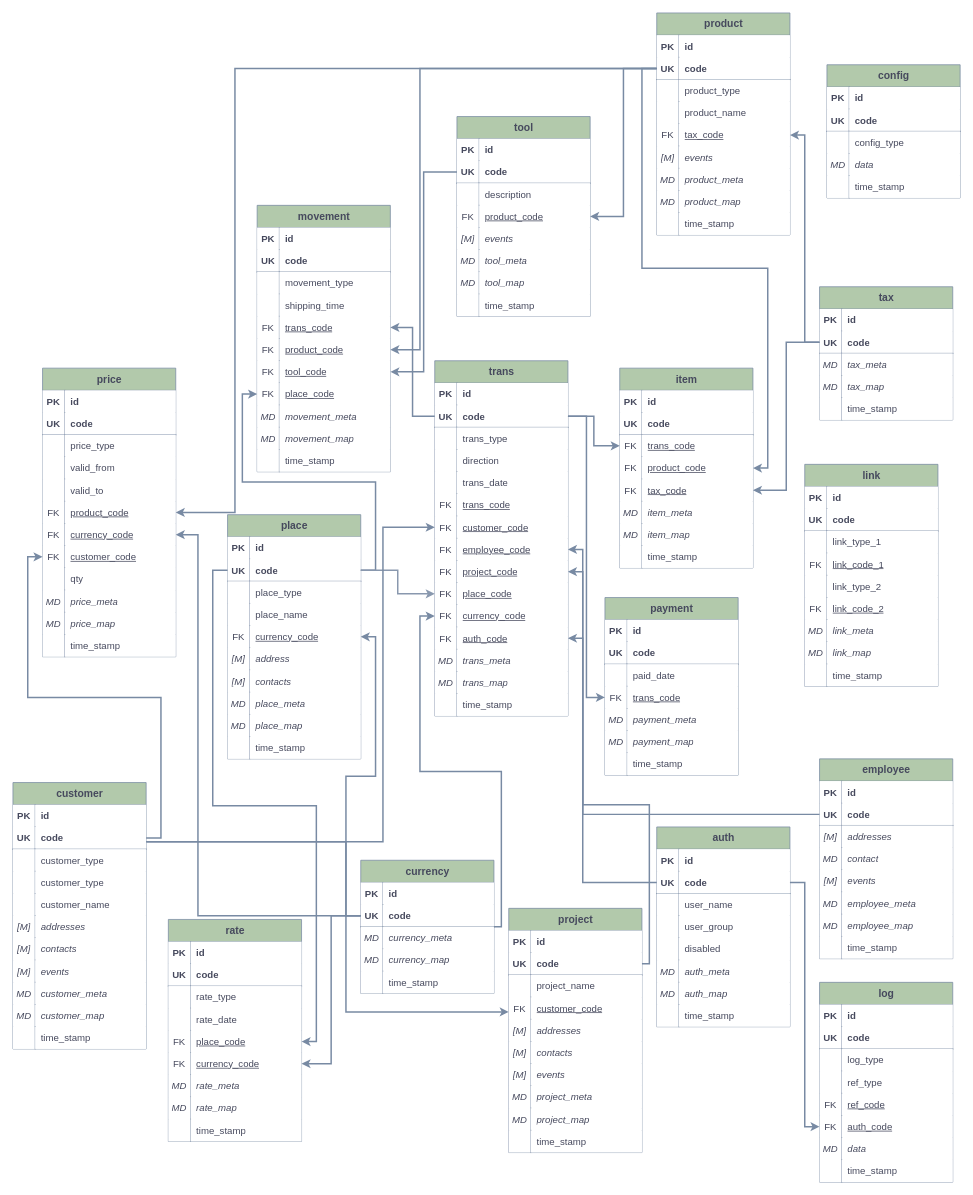
This is docs6/images/nom_rel.drawio from nervatura/nervatura, a draw.io file, before an edit. Source tidied: cells renumbered, new cells numbered last; positions are measured from the earlier drawing's top-left corner, leaving out a move shared by most shapes. Both pictures are drawn from the tidied source at 74%, with x=0, y=0 at pixel (13, 13).
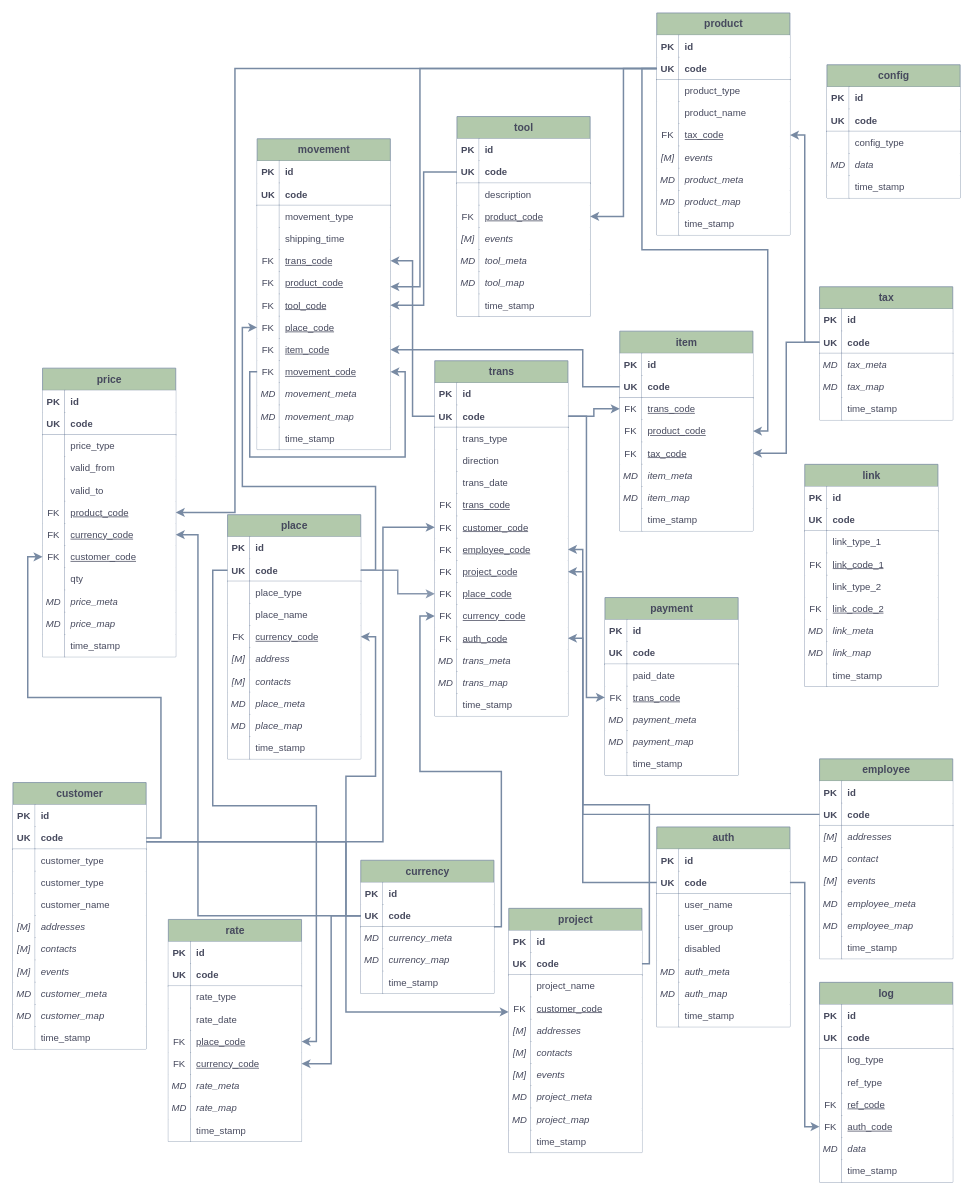
The same diagram, later.

The change refers to these unchanged cells:
```xml
<mxCell id="138" style="shape=tableRow;horizontal=0;startSize=0;swimlaneHead=0;swimlaneBody=0;fillColor=none;points=[[0,0.5],[1,0.5]];portConstraint=eastwest;top=0;left=0;right=0;bottom=1;labelBackgroundColor=none;strokeColor=#788AA3;fontColor=#46495D;rounded=0;" parent="134" vertex="1">
  <mxGeometry y="60" width="180" height="30" as="geometry" />
</mxCell>
<mxCell id="255" style="shape=tableRow;horizontal=0;startSize=0;swimlaneHead=0;swimlaneBody=0;fillColor=none;points=[[0,0.5],[1,0.5]];portConstraint=eastwest;top=0;left=0;right=0;bottom=1;labelBackgroundColor=none;strokeColor=#788AA3;fontColor=#46495D;rounded=0;" parent="251" vertex="1">
  <mxGeometry y="60" width="180" height="30" as="geometry" />
</mxCell>
<mxCell id="308" style="shape=tableRow;horizontal=0;startSize=0;swimlaneHead=0;swimlaneBody=0;fillColor=none;points=[[0,0.5],[1,0.5]];portConstraint=eastwest;top=0;left=0;right=0;bottom=1;labelBackgroundColor=none;strokeColor=#788AA3;fontColor=#46495D;rounded=0;" parent="304" vertex="1">
  <mxGeometry y="60" width="180" height="30" as="geometry" />
</mxCell>
<mxCell id="345" style="shape=tableRow;horizontal=0;startSize=0;swimlaneHead=0;swimlaneBody=0;fillColor=none;points=[[0,0.5],[1,0.5]];portConstraint=eastwest;top=0;left=0;right=0;bottom=0;labelBackgroundColor=none;strokeColor=#788AA3;fontColor=#46495D;rounded=0;" parent="329" vertex="1">
  <mxGeometry y="180" width="180" height="30" as="geometry" />
</mxCell>
<mxCell id="351" style="shape=tableRow;horizontal=0;startSize=0;swimlaneHead=0;swimlaneBody=0;fillColor=none;points=[[0,0.5],[1,0.5]];portConstraint=eastwest;top=0;left=0;right=0;bottom=0;labelBackgroundColor=none;strokeColor=#788AA3;fontColor=#46495D;rounded=0;" parent="329" vertex="1">
  <mxGeometry y="240" width="180" height="30" as="geometry" />
</mxCell>
<mxCell id="354" style="shape=tableRow;horizontal=0;startSize=0;swimlaneHead=0;swimlaneBody=0;fillColor=none;points=[[0,0.5],[1,0.5]];portConstraint=eastwest;top=0;left=0;right=0;bottom=0;labelBackgroundColor=none;strokeColor=#788AA3;fontColor=#46495D;rounded=0;" parent="329" vertex="1">
  <mxGeometry y="270" width="180" height="30" as="geometry" />
</mxCell>
<mxCell id="357" style="shape=tableRow;horizontal=0;startSize=0;swimlaneHead=0;swimlaneBody=0;fillColor=none;points=[[0,0.5],[1,0.5]];portConstraint=eastwest;top=0;left=0;right=0;bottom=0;labelBackgroundColor=none;strokeColor=#788AA3;fontColor=#46495D;rounded=0;" parent="329" vertex="1">
  <mxGeometry y="300" width="180" height="30" as="geometry" />
</mxCell>
<mxCell id="360" style="shape=tableRow;horizontal=0;startSize=0;swimlaneHead=0;swimlaneBody=0;fillColor=none;top=0;left=0;right=0;bottom=0;labelBackgroundColor=none;strokeColor=#788AA3;fontColor=#46495D;rounded=0;" parent="329" vertex="1">
  <mxGeometry y="330" width="180" height="30" as="geometry" />
</mxCell>
```

What changed in the source:
```diff
@@
     <mxCell id="304" value="item" style="shape=table;startSize=30;childLayout=tableLayout;rowLines=0;fontStyle=1;align=center;html=1;labelBackgroundColor=none;fillColor=#B2C9AB;strokeColor=#788AA3;fontColor=#46495D;fontSize=14;rounded=0;" parent="1" vertex="1">
-      <mxGeometry x="820" y="480" width="180" height="270" as="geometry" />
+      <mxGeometry x="820" y="430" width="180" height="270" as="geometry" />
     </mxCell>
@@
     <mxCell id="329" value="movement" style="shape=table;startSize=30;childLayout=tableLayout;rowLines=0;fontStyle=1;align=center;html=1;labelBackgroundColor=none;fillColor=#B2C9AB;strokeColor=#788AA3;fontColor=#46495D;fontSize=14;rounded=0;" parent="1" vertex="1">
-      <mxGeometry x="330" y="260" width="180" height="360" as="geometry" />
+      <mxGeometry x="330" y="170" width="180" height="420" as="geometry" />
     </mxCell>
@@
-    <mxCell id="355" value="MD" style="shape=partialRectangle;fillColor=default;top=0;left=0;bottom=0;right=1;overflow=hidden;whiteSpace=wrap;html=1;labelBackgroundColor=none;strokeColor=#788AA3;fontColor=#46495D;fontSize=13;rounded=0;fontStyle=2;" parent="354" vertex="1">
+    <mxCell id="355" value="FK" style="shape=partialRectangle;fillColor=default;top=0;left=0;bottom=0;right=1;overflow=hidden;whiteSpace=wrap;html=1;labelBackgroundColor=none;strokeColor=#788AA3;fontColor=#46495D;fontSize=13;rounded=0;fontStyle=0;" parent="354" vertex="1">
       <mxGeometry width="30" height="30" as="geometry" />
     </mxCell>
-    <mxCell id="356" value="movement_meta" style="shape=partialRectangle;fillColor=default;top=0;left=0;bottom=0;right=0;align=left;spacingLeft=6;overflow=hidden;whiteSpace=wrap;html=1;labelBackgroundColor=none;strokeColor=#788AA3;fontColor=#46495D;fontSize=13;rounded=0;fontStyle=2;" parent="354" vertex="1">
+    <mxCell id="356" value="item_code" style="shape=partialRectangle;fillColor=default;top=0;left=0;bottom=0;right=0;align=left;spacingLeft=6;overflow=hidden;whiteSpace=wrap;html=1;labelBackgroundColor=none;strokeColor=#788AA3;fontColor=#46495D;fontSize=13;rounded=0;fontStyle=4;" parent="354" vertex="1">
       <mxGeometry x="30" width="150" height="30" as="geometry" />
     </mxCell>
@@
-    <mxCell id="358" value="MD" style="shape=partialRectangle;fillColor=default;top=0;left=0;bottom=0;right=1;overflow=hidden;whiteSpace=wrap;html=1;labelBackgroundColor=none;strokeColor=#788AA3;fontColor=#46495D;fontSize=13;rounded=0;fontStyle=2;" parent="357" vertex="1">
+    <mxCell id="358" value="FK" style="shape=partialRectangle;fillColor=default;top=0;left=0;bottom=0;right=1;overflow=hidden;whiteSpace=wrap;html=1;labelBackgroundColor=none;strokeColor=#788AA3;fontColor=#46495D;fontSize=13;rounded=0;fontStyle=0;" parent="357" vertex="1">
       <mxGeometry width="30" height="30" as="geometry" />
     </mxCell>
-    <mxCell id="359" value="movement_map" style="shape=partialRectangle;fillColor=default;top=0;left=0;bottom=0;right=0;align=left;spacingLeft=6;overflow=hidden;whiteSpace=wrap;html=1;labelBackgroundColor=none;strokeColor=#788AA3;fontColor=#46495D;fontSize=13;rounded=0;fontStyle=2;" parent="357" vertex="1">
+    <mxCell id="359" value="movement_code" style="shape=partialRectangle;fillColor=default;top=0;left=0;bottom=0;right=0;align=left;spacingLeft=6;overflow=hidden;whiteSpace=wrap;html=1;labelBackgroundColor=none;strokeColor=#788AA3;fontColor=#46495D;fontSize=13;rounded=0;fontStyle=4;" parent="357" vertex="1">
       <mxGeometry x="30" width="150" height="30" as="geometry" />
     </mxCell>
@@
-    <mxCell id="361" style="shape=partialRectangle;fillColor=default;top=0;left=0;bottom=0;right=1;overflow=hidden;whiteSpace=wrap;html=1;labelBackgroundColor=none;strokeColor=#788AA3;fontColor=#46495D;fontSize=13;rounded=0;" parent="360" vertex="1">
+    <mxCell id="361" value="MD" style="shape=partialRectangle;fillColor=default;top=0;left=0;bottom=0;right=1;overflow=hidden;whiteSpace=wrap;html=1;labelBackgroundColor=none;strokeColor=#788AA3;fontColor=#46495D;fontSize=13;rounded=0;fontStyle=2;" parent="360" vertex="1">
       <mxGeometry width="30" height="30" as="geometry" />
     </mxCell>
-    <mxCell id="362" value="time_stamp" style="shape=partialRectangle;fillColor=default;top=0;left=0;bottom=0;right=0;align=left;spacingLeft=6;overflow=hidden;whiteSpace=wrap;html=1;labelBackgroundColor=none;strokeColor=#788AA3;fontColor=#46495D;fontSize=13;rounded=0;" parent="360" vertex="1">
+    <mxCell id="362" value="movement_meta" style="shape=partialRectangle;fillColor=default;top=0;left=0;bottom=0;right=0;align=left;spacingLeft=6;overflow=hidden;whiteSpace=wrap;html=1;labelBackgroundColor=none;strokeColor=#788AA3;fontColor=#46495D;fontSize=13;rounded=0;fontStyle=2;" parent="360" vertex="1">
       <mxGeometry x="30" width="150" height="30" as="geometry" />
     </mxCell>
+    <mxCell id="518" style="shape=tableRow;horizontal=0;startSize=0;swimlaneHead=0;swimlaneBody=0;fillColor=none;top=0;left=0;right=0;bottom=0;labelBackgroundColor=none;strokeColor=#788AA3;fontColor=#46495D;rounded=0;" parent="329" vertex="1">
+      <mxGeometry y="360" width="180" height="30" as="geometry" />
+    </mxCell>
+    <mxCell id="519" value="MD" style="shape=partialRectangle;fillColor=default;top=0;left=0;bottom=0;right=1;overflow=hidden;whiteSpace=wrap;html=1;labelBackgroundColor=none;strokeColor=#788AA3;fontColor=#46495D;fontSize=13;rounded=0;fontStyle=2;" parent="518" vertex="1">
+      <mxGeometry width="30" height="30" as="geometry" />
+    </mxCell>
+    <mxCell id="520" value="movement_map" style="shape=partialRectangle;fillColor=default;top=0;left=0;bottom=0;right=0;align=left;spacingLeft=6;overflow=hidden;whiteSpace=wrap;html=1;labelBackgroundColor=none;strokeColor=#788AA3;fontColor=#46495D;fontSize=13;rounded=0;fontStyle=2;" parent="518" vertex="1">
+      <mxGeometry x="30" width="150" height="30" as="geometry" />
+    </mxCell>
+    <mxCell id="521" style="shape=tableRow;horizontal=0;startSize=0;swimlaneHead=0;swimlaneBody=0;fillColor=none;top=0;left=0;right=0;bottom=0;labelBackgroundColor=none;strokeColor=#788AA3;fontColor=#46495D;rounded=0;" parent="329" vertex="1">
+      <mxGeometry y="390" width="180" height="30" as="geometry" />
+    </mxCell>
+    <mxCell id="522" style="shape=partialRectangle;fillColor=default;top=0;left=0;bottom=0;right=1;overflow=hidden;whiteSpace=wrap;html=1;labelBackgroundColor=none;strokeColor=#788AA3;fontColor=#46495D;fontSize=13;rounded=0;" parent="521" vertex="1">
+      <mxGeometry width="30" height="30" as="geometry" />
+    </mxCell>
+    <mxCell id="523" value="time_stamp" style="shape=partialRectangle;fillColor=default;top=0;left=0;bottom=0;right=0;align=left;spacingLeft=6;overflow=hidden;whiteSpace=wrap;html=1;labelBackgroundColor=none;strokeColor=#788AA3;fontColor=#46495D;fontSize=13;rounded=0;" parent="521" vertex="1">
+      <mxGeometry x="30" width="150" height="30" as="geometry" />
+    </mxCell>
+    <mxCell id="524" style="edgeStyle=orthogonalEdgeStyle;rounded=0;orthogonalLoop=1;jettySize=auto;html=1;exitX=0;exitY=0.5;exitDx=0;exitDy=0;strokeWidth=2;strokeColor=light-dark(#788aa3, #ededed);" parent="329" edge="1" source="357" target="357">
+      <mxGeometry relative="1" as="geometry">
+        <Array as="points">
+          <mxPoint x="-10" y="315" />
+          <mxPoint x="-10" y="430" />
+          <mxPoint x="200" y="430" />
+          <mxPoint x="200" y="315" />
+        </Array>
+      </mxGeometry>
+    </mxCell>
@@
     <mxCell id="502" style="edgeStyle=orthogonalEdgeStyle;rounded=0;jettySize=auto;html=1;strokeWidth=2;strokeColor=light-dark(#788aa3, #ededed);" parent="1" edge="1" source="138" target="351">
-      <mxGeometry relative="1" as="geometry" />
+      <mxGeometry relative="1" as="geometry">
+        <Array as="points">
+          <mxPoint x="490" y="753" />
+          <mxPoint x="490" y="640" />
+          <mxPoint x="310" y="640" />
+          <mxPoint x="310" y="425" />
+        </Array>
+      </mxGeometry>
     </mxCell>
@@
     <mxCell id="505" style="edgeStyle=orthogonalEdgeStyle;rounded=0;jettySize=auto;html=1;strokeWidth=2;strokeColor=light-dark(#788aa3, #ededed);" parent="1" edge="1" source="255" target="345">
       <mxGeometry relative="1" as="geometry">
         <Array as="points">
           <mxPoint x="550" y="75" />
-          <mxPoint x="550" y="455" />
+          <mxPoint x="550" y="370" />
         </Array>
       </mxGeometry>
     </mxCell>
@@
+    <mxCell id="525" style="edgeStyle=orthogonalEdgeStyle;rounded=0;jettySize=auto;html=1;exitX=0;exitY=0.5;exitDx=0;exitDy=0;strokeColor=light-dark(#788aa3, #212121);strokeWidth=2;" parent="1" edge="1" source="308" target="354">
+      <mxGeometry relative="1" as="geometry">
+        <Array as="points">
+          <mxPoint x="770" y="505" />
+          <mxPoint x="770" y="455" />
+        </Array>
+      </mxGeometry>
+    </mxCell>
```
